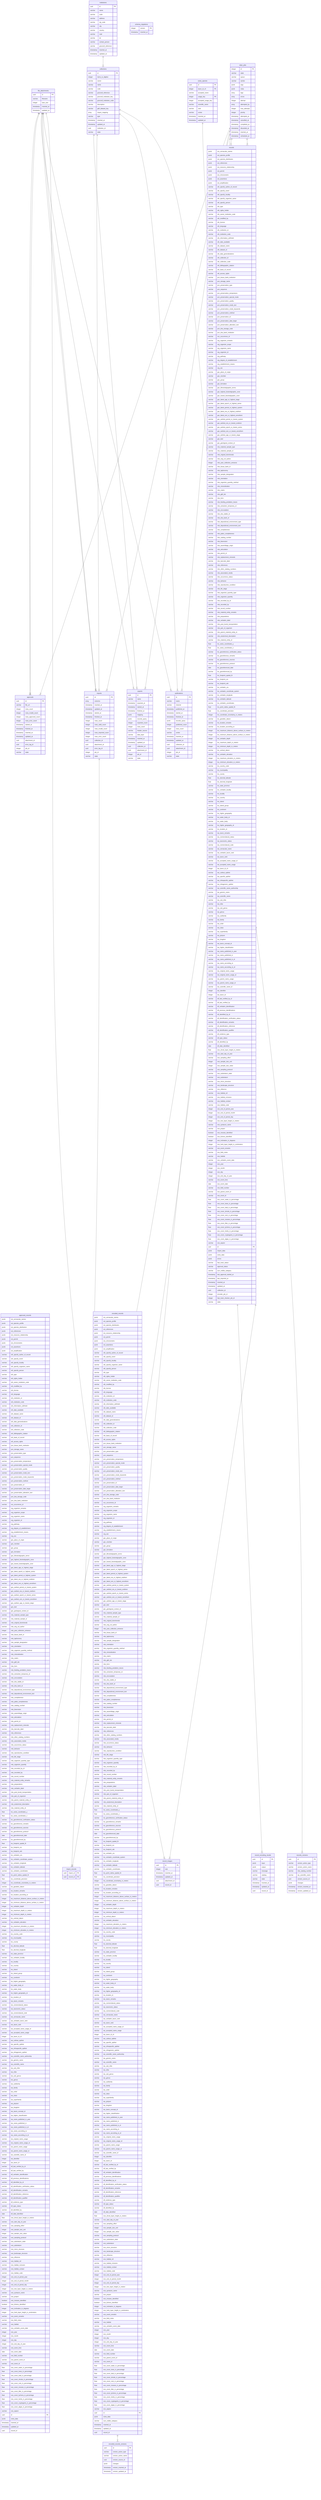
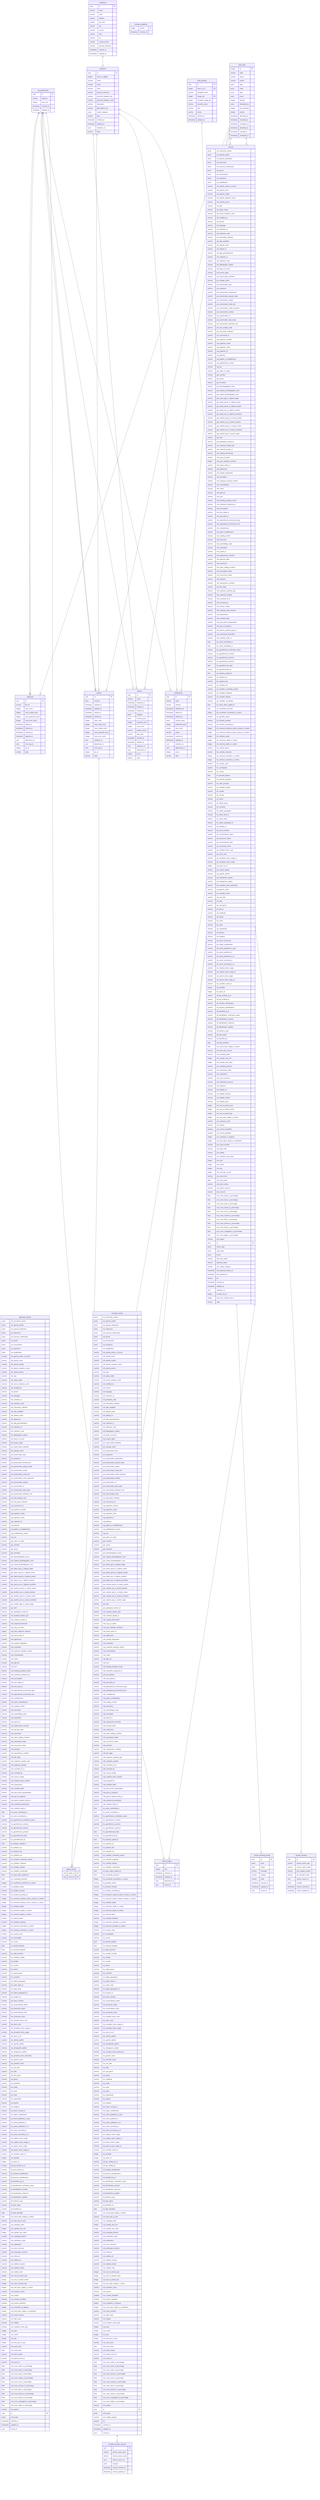
erDiagram
  file_attachments {
    uuid id PK
    varchar filename
    integer byte_size
    timestamp inserted_at
    timestamp updated_at
  }
  institutions {
    uuid id PK
    varchar name
    varchar code
    varchar address
    varchar zip_code
    varchar city
    varchar country
    varchar mail
    varchar tel
    varchar contact_person
    varchar grscicoll_reference
    timestamp inserted_at
    timestamp updated_at
  }
  approvals {
    uuid id PK
    varchar file_url
    integer rows_count
    integer rows_invalid_count
    integer rows_approved_count
    integer rows_error_count
    timestamp started_at
    timestamp finished_at
    timestamp inserted_at
    timestamp updated_at
    uuid attachment_id
    uuid error_log_id
    integer job_id
    varchar state
  }
  approved_records {
    jsonb ext_vernacular_names
    jsonb ext_species_profile
    jsonb ext_species_distribution
    jsonb ext_references
    jsonb ext_resource_relationship
    jsonb ext_permit
    jsonb ext_chronometric
    jsonb ext_assertions
    jsonb ext_amplification
    varchar oth_specify_author_of_record
    varchar oth_specify_event
    varchar oth_specify_locality
    varchar oth_specify_organism_name
    varchar oth_specify_person
    varchar oth_type
    varchar oth_rights_holder
    varchar oth_owner_institution_code
    varchar oth_modified_by
    varchar oth_license
    varchar oth_language
    varchar oth_institution_id
    varchar oth_institution_code
    varchar oth_information_withheld
    varchar oth_date_available
    varchar oth_dataset_name
    varchar oth_dataset_id
    varchar oth_data_generalizations
    varchar oth_collection_id
    varchar oth_collection_code
    varchar oth_bibliographic_citation
    varchar oth_basis_of_record
    varchar oth_access_rights
    varchar pvn_tissue_bank_institution
    varchar pvn_storage_name
    varchar pvn_preservation_type
    varchar pvn_sequence
    varchar pvn_preservation_temperature
    varchar pvn_preservation_special_mode
    varchar pvn_preservation_quality
    varchar pvn_preservation_mode_text
    varchar pvn_preservation_mode_keywords
    varchar pvn_preservation_method
    varchar pvn_preservation_id
    varchar pvn_preservation_date_begin
    varchar pvn_preservation_alteration_text
    varchar pvn_dna_storage_code
    varchar pvn_dna_bank_institution
    varchar occ_occurrence_id
    varchar org_organism_remarks
    varchar org_organism_scope
    varchar org_organism_name
    varchar org_organism_id
    varchar org_pathway
    varchar org_degree_of_establishment
    varchar org_establishment_means
    varchar org_sex
    varchar gec_place_of_origin
    varchar gec_member
    varchar gec_group
    varchar gec_formation
    varchar gec_lithostratigraphic_terms
    varchar gec_highest_biostratigraphic_zone
    varchar gec_lowest_biostratigraphic_zone
    varchar gec_latest_age_or_highest_stage
    varchar gec_latest_epoch_or_highest_series
    varchar gec_latest_period_or_highest_system
    varchar gec_latest_era_or_highest_erathem
    varchar gec_latest_eon_or_highest_eonothem
    varchar gec_earliest_period_or_lowest_system
    varchar gec_earliest_era_or_lowest_erathem
    varchar gec_earliest_epoch_or_lowest_series
    varchar gec_earliest_eon_or_lowest_eonothem
    varchar gec_earliest_age_or_lowest_stage
    varchar gec_bed
    varchar gec_geological_context_id
    varchar mts_material_sample_type
    varchar mts_material_sample_id
    varchar mte_original_biominerals
    varchar mte_orig_col_author
    integer mte_year_collection_entrance
    varchar mte_tissue_bank_id
    varchar mte_taphonomy
    varchar mte_sample_designation
    varchar mte_orientation
    varchar mte_organism_quantity_method
    varchar mte_mineralization
    varchar mte_matrix
    varchar mte_gbif_doi
    varchar mte_form
    varchar mte_feeding_predation_traces
    varchar mte_extraction_temporary_id
    varchar mte_encrustation
    varchar mte_dna_stable_id
    varchar mte_dna_bank_id
    varchar mte_depositional_environment_type
    varchar mte_depositional_environment_text
    varchar mte_completeness
    varchar mte_paleo_completeness
    varchar mte_catalog_number
    varchar mte_bioerosion
    varchar mte_assemblage_origin
    varchar mte_articulation
    varchar mte_permit_id
    varchar mte_replacement_minerals
    varchar mte_barcode_label
    varchar mte_references
    varchar mte_other_catalog_numbers
    varchar mte_associated_media
    varchar mte_occurrence_status
    varchar mte_behavior
    varchar mte_reproductive_condition
    varchar mte_life_stage
    varchar mte_organism_quantity_type
    varchar mte_organism_quantity
    varchar mte_recorded_by_id
    varchar mte_recorded_by
    varchar mte_record_number
    varchar mte_material_entity_remarks
    varchar mte_preparations
    varchar mte_verbatim_label
    varchar mte_post_burial_transportation
    varchar mte_part_of_organism
    varchar mte_parent_material_entity_id
    varchar mte_anatomical_description
    varchar mte_material_entity_id
    float loc_swiss_coordinates_y
    float loc_swiss_coordinates_x
    varchar loc_georeference_verification_status
    varchar loc_georeference_remarks
    varchar loc_georeference_sources
    varchar loc_georeference_protocol
    date loc_georeferenced_date
    varchar loc_georeferenced_by
    float loc_footprint_spatial_fit
    varchar loc_footprint_srs
    varchar loc_footprint_wkt
    varchar loc_verbatim_srs
    varchar loc_verbatim_coordinate_system
    varchar loc_verbatim_longitude
    varchar loc_verbatim_latitude
    varchar loc_verbatim_coordinates
    float loc_point_radius_spatial_fit
    float loc_coordinate_precision
    integer loc_coordinate_uncertainty_in_meters
    varchar loc_geodetic_datum
    varchar loc_location_remarks
    varchar loc_location_according_to
    integer loc_maximum_distance_above_surface_in_meters
    integer loc_minimum_distance_above_surface_in_meters
    integer loc_verbatim_depth
    integer loc_maximum_depth_in_meters
    integer loc_minimum_depth_in_meters
    varchar loc_vertical_datum
    varchar loc_verbatim_elevation
    integer loc_maximum_elevation_in_meters
    integer loc_minimum_elevation_in_meters
    varchar loc_country_code
    varchar loc_municipality
    varchar loc_county
    float loc_decimal_latitude
    float loc_decimal_longitude
    varchar loc_state_province
    varchar loc_verbatim_locality
    varchar loc_locality
    varchar loc_country
    varchar loc_island
    varchar loc_island_group
    varchar loc_continent
    varchar loc_higher_geography
    varchar loc_water_body_id
    varchar loc_water_body
    varchar loc_higher_geography_id
    varchar loc_location_id
    varchar tax_taxon_remarks
    varchar tax_nomenclatural_status
    varchar tax_taxonomic_status
    varchar tax_nomenclatural_code
    varchar tax_vernacular_name
    varchar tax_verbatim_taxon_rank
    varchar tax_taxon_rank
    varchar tax_accepted_name_usage_id
    varchar tax_accepted_name_usage
    integer tax_taxon_id_ch
    varchar tax_cultivar_epithet
    varchar tax_specific_epithet
    varchar tax_infraspecific_epithet
    varchar tax_infrageneric_epithet
    varchar tax_scientific_name_authorship
    varchar tax_generic_name
    varchar tax_scientific_name
    varchar tax_sub_tribe
    varchar tax_tribe
    varchar tax_sub_genus
    varchar tax_genus
    varchar tax_subfamily
    varchar tax_family
    varchar tax_order
    varchar tax_class
    varchar tax_superfamily
    varchar tax_phylum
    varchar tax_kingdom
    varchar tax_taxon_concept_id
    varchar tax_higher_classification
    varchar tax_name_published_in_year
    varchar tax_name_published_in
    varchar tax_name_published_in_id
    varchar tax_name_according_to
    varchar tax_name_according_to_id
    varchar tax_original_name_usage
    varchar tax_original_name_usage_id
    varchar tax_parent_name_usage
    varchar tax_parent_name_usage_id
    varchar tax_scientific_name_id
    integer tax_identifier
    integer tax_taxon_id
    varchar idf_last_verified_by_id
    varchar idf_last_verified_by
    varchar idf_verbatim_identification
    varchar idf_previous_identifications
    varchar idf_identified_by_id
    varchar idf_identification_verification_status
    varchar idf_identification_remarks
    varchar idf_identification_reference
    varchar idf_identification_qualifier
    varchar idf_evidence_type
    varchar idf_type_status
    varchar idf_identified_by
    date idf_date_identified
    float eve_shrub_layer_height_in_meters
    varchar eve_start_day_of_year
    varchar eve_sampling_effort
    integer eve_sample_size_unit
    integer eve_sample_size_value
    varchar eve_sampling_protocol
    varchar eve_substratum_state
    varchar eve_substratum
    varchar eve_micro_structure
    varchar eve_landscape_structure
    varchar eve_influence
    varchar eve_habitat_ref
    varchar eve_habitat_inclusion
    varchar eve_habitat_contact
    varchar eve_habitat_code
    integer eve_end_of_period_year
    integer eve_end_of_period_month
    integer eve_end_of_period_day
    integer eve_tree_layer_height_in_meters
    varchar eve_syntaxon_name
    varchar eve_project
    boolean eve_mosses_identified
    boolean eve_lichens_identified
    integer eve_inclination_in_degrees
    integer eve_herb_layer_height_in_centimeters
    varchar eve_event_remarks
    varchar eve_field_notes
    varchar eve_habitat
    varchar eve_verbatim_event_date
    integer eve_year
    integer eve_month
    integer eve_day
    integer eve_end_day_of_year
    varchar eve_event_time
    date eve_event_date
    varchar eve_field_number
    varchar eve_parent_event_id
    varchar eve_event_id
    float eve_cover_water_in_percentage
    float eve_cover_trees_in_percentage
    float eve_cover_total_in_percentage
    float eve_cover_shrubs_in_percentage
    float eve_cover_rock_in_percentage
    float eve_cover_mosses_in_percentage
    float eve_cover_litter_in_percentage
    float eve_cover_lychens_in_percentage
    float eve_cover_herbs_in_percentage
    float eve_cover_cryptogams_in_percentage
    float eve_cover_algae_in_percentage
    varchar eve_aspect
    uuid id PK
    jsonb extra_data
    timestamp inserted_at
    timestamp updated_at
    uuid record_id
  }
  collections {
    uuid id PK
    integer items_to_digitize
    varchar owner
    varchar name
    varchar code
    varchar grscicoll_reference
    varchar grscicoll_institution_key
    varchar grscicoll_institution_code
    varchar description
    varchar gbif_dataset_key
    array import_mapping
    varchar type
    timestamp inserted_at
    timestamp updated_at
    uuid institution_id
    varchar state
  }
  encoded_records {
    jsonb ext_vernacular_names
    jsonb ext_species_profile
    jsonb ext_species_distribution
    jsonb ext_references
    jsonb ext_resource_relationship
    jsonb ext_permit
    jsonb ext_chronometric
    jsonb ext_assertions
    jsonb ext_amplification
    varchar oth_specify_author_of_record
    varchar oth_specify_event
    varchar oth_specify_locality
    varchar oth_specify_organism_name
    varchar oth_specify_person
    varchar oth_type
    varchar oth_rights_holder
    varchar oth_owner_institution_code
    varchar oth_modified_by
    varchar oth_license
    varchar oth_language
    varchar oth_institution_id
    varchar oth_institution_code
    varchar oth_information_withheld
    varchar oth_date_available
    varchar oth_dataset_name
    varchar oth_dataset_id
    varchar oth_data_generalizations
    varchar oth_collection_id
    varchar oth_collection_code
    varchar oth_bibliographic_citation
    varchar oth_basis_of_record
    varchar oth_access_rights
    varchar pvn_tissue_bank_institution
    varchar pvn_storage_name
    varchar pvn_preservation_type
    varchar pvn_sequence
    varchar pvn_preservation_temperature
    varchar pvn_preservation_special_mode
    varchar pvn_preservation_quality
    varchar pvn_preservation_mode_text
    varchar pvn_preservation_mode_keywords
    varchar pvn_preservation_method
    varchar pvn_preservation_id
    varchar pvn_preservation_date_begin
    varchar pvn_preservation_alteration_text
    varchar pvn_dna_storage_code
    varchar pvn_dna_bank_institution
    varchar occ_occurrence_id
    varchar org_organism_remarks
    varchar org_organism_scope
    varchar org_organism_name
    varchar org_organism_id
    varchar org_pathway
    varchar org_degree_of_establishment
    varchar org_establishment_means
    varchar org_sex
    varchar gec_place_of_origin
    varchar gec_member
    varchar gec_group
    varchar gec_formation
    varchar gec_lithostratigraphic_terms
    varchar gec_highest_biostratigraphic_zone
    varchar gec_lowest_biostratigraphic_zone
    varchar gec_latest_age_or_highest_stage
    varchar gec_latest_epoch_or_highest_series
    varchar gec_latest_period_or_highest_system
    varchar gec_latest_era_or_highest_erathem
    varchar gec_latest_eon_or_highest_eonothem
    varchar gec_earliest_period_or_lowest_system
    varchar gec_earliest_era_or_lowest_erathem
    varchar gec_earliest_epoch_or_lowest_series
    varchar gec_earliest_eon_or_lowest_eonothem
    varchar gec_earliest_age_or_lowest_stage
    varchar gec_bed
    varchar gec_geological_context_id
    varchar mts_material_sample_type
    varchar mts_material_sample_id
    varchar mte_original_biominerals
    varchar mte_orig_col_author
    integer mte_year_collection_entrance
    varchar mte_tissue_bank_id
    varchar mte_taphonomy
    varchar mte_sample_designation
    varchar mte_orientation
    varchar mte_organism_quantity_method
    varchar mte_mineralization
    varchar mte_matrix
    varchar mte_gbif_doi
    varchar mte_form
    varchar mte_feeding_predation_traces
    varchar mte_extraction_temporary_id
    varchar mte_encrustation
    varchar mte_dna_stable_id
    varchar mte_dna_bank_id
    varchar mte_depositional_environment_type
    varchar mte_depositional_environment_text
    varchar mte_completeness
    varchar mte_paleo_completeness
    varchar mte_catalog_number
    varchar mte_bioerosion
    varchar mte_assemblage_origin
    varchar mte_articulation
    varchar mte_permit_id
    varchar mte_replacement_minerals
    varchar mte_barcode_label
    varchar mte_references
    varchar mte_other_catalog_numbers
    varchar mte_associated_media
    varchar mte_occurrence_status
    varchar mte_behavior
    varchar mte_reproductive_condition
    varchar mte_life_stage
    varchar mte_organism_quantity_type
    varchar mte_organism_quantity
    varchar mte_recorded_by_id
    varchar mte_recorded_by
    varchar mte_record_number
    varchar mte_material_entity_remarks
    varchar mte_preparations
    varchar mte_verbatim_label
    varchar mte_post_burial_transportation
    varchar mte_part_of_organism
    varchar mte_parent_material_entity_id
    varchar mte_anatomical_description
    varchar mte_material_entity_id
    float loc_swiss_coordinates_y
    float loc_swiss_coordinates_x
    varchar loc_georeference_verification_status
    varchar loc_georeference_remarks
    varchar loc_georeference_sources
    varchar loc_georeference_protocol
    date loc_georeferenced_date
    varchar loc_georeferenced_by
    float loc_footprint_spatial_fit
    varchar loc_footprint_srs
    varchar loc_footprint_wkt
    varchar loc_verbatim_srs
    varchar loc_verbatim_coordinate_system
    varchar loc_verbatim_longitude
    varchar loc_verbatim_latitude
    varchar loc_verbatim_coordinates
    float loc_point_radius_spatial_fit
    float loc_coordinate_precision
    integer loc_coordinate_uncertainty_in_meters
    varchar loc_geodetic_datum
    varchar loc_location_remarks
    varchar loc_location_according_to
    integer loc_maximum_distance_above_surface_in_meters
    integer loc_minimum_distance_above_surface_in_meters
    integer loc_verbatim_depth
    integer loc_maximum_depth_in_meters
    integer loc_minimum_depth_in_meters
    varchar loc_vertical_datum
    varchar loc_verbatim_elevation
    integer loc_maximum_elevation_in_meters
    integer loc_minimum_elevation_in_meters
    varchar loc_country_code
    varchar loc_municipality
    varchar loc_county
    float loc_decimal_latitude
    float loc_decimal_longitude
    varchar loc_state_province
    varchar loc_verbatim_locality
    varchar loc_locality
    varchar loc_country
    varchar loc_island
    varchar loc_island_group
    varchar loc_continent
    varchar loc_higher_geography
    varchar loc_water_body_id
    varchar loc_water_body
    varchar loc_higher_geography_id
    varchar loc_location_id
    varchar tax_taxon_remarks
    varchar tax_nomenclatural_status
    varchar tax_taxonomic_status
    varchar tax_nomenclatural_code
    varchar tax_vernacular_name
    varchar tax_verbatim_taxon_rank
    varchar tax_taxon_rank
    varchar tax_accepted_name_usage_id
    varchar tax_accepted_name_usage
    integer tax_taxon_id_ch
    varchar tax_cultivar_epithet
    varchar tax_specific_epithet
    varchar tax_infraspecific_epithet
    varchar tax_infrageneric_epithet
    varchar tax_scientific_name_authorship
    varchar tax_generic_name
    varchar tax_scientific_name
    varchar tax_sub_tribe
    varchar tax_tribe
    varchar tax_sub_genus
    varchar tax_genus
    varchar tax_subfamily
    varchar tax_family
    varchar tax_order
    varchar tax_class
    varchar tax_superfamily
    varchar tax_phylum
    varchar tax_kingdom
    varchar tax_taxon_concept_id
    varchar tax_higher_classification
    varchar tax_name_published_in_year
    varchar tax_name_published_in
    varchar tax_name_published_in_id
    varchar tax_name_according_to
    varchar tax_name_according_to_id
    varchar tax_original_name_usage
    varchar tax_original_name_usage_id
    varchar tax_parent_name_usage
    varchar tax_parent_name_usage_id
    varchar tax_scientific_name_id
    integer tax_identifier
    integer tax_taxon_id
    varchar idf_last_verified_by_id
    varchar idf_last_verified_by
    varchar idf_verbatim_identification
    varchar idf_previous_identifications
    varchar idf_identified_by_id
    varchar idf_identification_verification_status
    varchar idf_identification_remarks
    varchar idf_identification_reference
    varchar idf_identification_qualifier
    varchar idf_evidence_type
    varchar idf_type_status
    varchar idf_identified_by
    date idf_date_identified
    float eve_shrub_layer_height_in_meters
    varchar eve_start_day_of_year
    varchar eve_sampling_effort
    integer eve_sample_size_unit
    integer eve_sample_size_value
    varchar eve_sampling_protocol
    varchar eve_substratum_state
    varchar eve_substratum
    varchar eve_micro_structure
    varchar eve_landscape_structure
    varchar eve_influence
    varchar eve_habitat_ref
    varchar eve_habitat_inclusion
    varchar eve_habitat_contact
    varchar eve_habitat_code
    integer eve_end_of_period_year
    integer eve_end_of_period_month
    integer eve_end_of_period_day
    integer eve_tree_layer_height_in_meters
    varchar eve_syntaxon_name
    varchar eve_project
    boolean eve_mosses_identified
    boolean eve_lichens_identified
    integer eve_inclination_in_degrees
    integer eve_herb_layer_height_in_centimeters
    varchar eve_event_remarks
    varchar eve_field_notes
    varchar eve_habitat
    varchar eve_verbatim_event_date
    integer eve_year
    integer eve_month
    integer eve_day
    integer eve_end_day_of_year
    varchar eve_event_time
    date eve_event_date
    varchar eve_field_number
    varchar eve_parent_event_id
    varchar eve_event_id
    float eve_cover_water_in_percentage
    float eve_cover_trees_in_percentage
    float eve_cover_total_in_percentage
    float eve_cover_shrubs_in_percentage
    float eve_cover_rock_in_percentage
    float eve_cover_mosses_in_percentage
    float eve_cover_litter_in_percentage
    float eve_cover_lychens_in_percentage
    float eve_cover_herbs_in_percentage
    float eve_cover_cryptogams_in_percentage
    float eve_cover_algae_in_percentage
    varchar eve_aspect
    uuid id PK
    jsonb extra_data
    varchar iucn_redlist_category
+     varchar tsv
    timestamp inserted_at
    timestamp updated_at
    uuid record_id
  }
  encoded_records_versions {
    uuid id PK
    varchar version_action_type
    varchar version_action_name
    uuid version_source_id
    jsonb changes
    timestamp version_inserted_at
    timestamp version_updated_at
  }
  record_encoding_results {
    uuid id PK
    jsonb input
    jsonb output
    varchar message
    varchar catalog
    varchar state
    timestamp inserted_at
    timestamp updated_at
    uuid record_id
  }
  exports {
    uuid id PK
    varchar name
    timestamp exported_at
    timestamp started_at
    timestamp finished_at
    jsonb mapping
    jsonb records_query
    integer exported_count
    integer rows_count
    varchar header_source
    varchar data_layer
    timestamp inserted_at
    timestamp updated_at
    uuid collection_id
    uuid attachment_id
    integer job_id
    varchar state
  }
  imports {
    uuid id PK
    array columns
    timestamp inserted_at
    timestamp updated_at
    timestamp started_at
    timestamp finished_at
    integer rows_count
    integer rows_valid_count
    integer rows_invalid_count
    integer rows_imported_count
    integer rows_error_count
    uuid collection_id
    uuid attachment_id
    uuid error_log_id
    integer job_id
    varchar state
  }
  import_records {
    uuid import_id PK
    uuid record_id PK
  }
  publications {
    uuid id PK
    varchar name
    varchar channel
    timestamp published_at
    timestamp started_at
    timestamp finished_at
    jsonb records_query
    integer published_count
    integer rows_count
    varchar center
    timestamp inserted_at
    timestamp updated_at
    uuid collection_id
    uuid attachment_id
    integer job_id
    varchar state
  }
  records {
    jsonb ext_vernacular_names
    jsonb ext_species_profile
    jsonb ext_species_distribution
    jsonb ext_references
    jsonb ext_resource_relationship
    jsonb ext_permit
    jsonb ext_chronometric
    jsonb ext_assertions
    jsonb ext_amplification
    varchar oth_specify_author_of_record
    varchar oth_specify_event
    varchar oth_specify_locality
    varchar oth_specify_organism_name
    varchar oth_specify_person
    varchar oth_type
    varchar oth_rights_holder
    varchar oth_owner_institution_code
    varchar oth_modified_by
    varchar oth_license
    varchar oth_language
    varchar oth_institution_id
    varchar oth_institution_code
    varchar oth_information_withheld
    varchar oth_date_available
    varchar oth_dataset_name
    varchar oth_dataset_id
    varchar oth_data_generalizations
    varchar oth_collection_id
    varchar oth_collection_code
    varchar oth_bibliographic_citation
    varchar oth_basis_of_record
    varchar oth_access_rights
    varchar pvn_tissue_bank_institution
    varchar pvn_storage_name
    varchar pvn_preservation_type
    varchar pvn_sequence
    varchar pvn_preservation_temperature
    varchar pvn_preservation_special_mode
    varchar pvn_preservation_quality
    varchar pvn_preservation_mode_text
    varchar pvn_preservation_mode_keywords
    varchar pvn_preservation_method
    varchar pvn_preservation_id
    varchar pvn_preservation_date_begin
    varchar pvn_preservation_alteration_text
    varchar pvn_dna_storage_code
    varchar pvn_dna_bank_institution
    varchar occ_occurrence_id
    varchar org_organism_remarks
    varchar org_organism_scope
    varchar org_organism_name
    varchar org_organism_id
    varchar org_pathway
    varchar org_degree_of_establishment
    varchar org_establishment_means
    varchar org_sex
    varchar gec_place_of_origin
    varchar gec_member
    varchar gec_group
    varchar gec_formation
    varchar gec_lithostratigraphic_terms
    varchar gec_highest_biostratigraphic_zone
    varchar gec_lowest_biostratigraphic_zone
    varchar gec_latest_age_or_highest_stage
    varchar gec_latest_epoch_or_highest_series
    varchar gec_latest_period_or_highest_system
    varchar gec_latest_era_or_highest_erathem
    varchar gec_latest_eon_or_highest_eonothem
    varchar gec_earliest_period_or_lowest_system
    varchar gec_earliest_era_or_lowest_erathem
    varchar gec_earliest_epoch_or_lowest_series
    varchar gec_earliest_eon_or_lowest_eonothem
    varchar gec_earliest_age_or_lowest_stage
    varchar gec_bed
    varchar gec_geological_context_id
    varchar mts_material_sample_type
    varchar mts_material_sample_id
    varchar mte_original_biominerals
    varchar mte_orig_col_author
    integer mte_year_collection_entrance
    varchar mte_tissue_bank_id
    varchar mte_taphonomy
    varchar mte_sample_designation
    varchar mte_orientation
    varchar mte_organism_quantity_method
    varchar mte_mineralization
    varchar mte_matrix
    varchar mte_gbif_doi
    varchar mte_form
    varchar mte_feeding_predation_traces
    varchar mte_extraction_temporary_id
    varchar mte_encrustation
    varchar mte_dna_stable_id
    varchar mte_dna_bank_id
    varchar mte_depositional_environment_type
    varchar mte_depositional_environment_text
    varchar mte_completeness
    varchar mte_paleo_completeness
    varchar mte_catalog_number
    varchar mte_bioerosion
    varchar mte_assemblage_origin
    varchar mte_articulation
    varchar mte_permit_id
    varchar mte_replacement_minerals
    varchar mte_barcode_label
    varchar mte_references
    varchar mte_other_catalog_numbers
    varchar mte_associated_media
    varchar mte_occurrence_status
    varchar mte_behavior
    varchar mte_reproductive_condition
    varchar mte_life_stage
    varchar mte_organism_quantity_type
    varchar mte_organism_quantity
    varchar mte_recorded_by_id
    varchar mte_recorded_by
    varchar mte_record_number
    varchar mte_material_entity_remarks
    varchar mte_preparations
    varchar mte_verbatim_label
    varchar mte_post_burial_transportation
    varchar mte_part_of_organism
    varchar mte_parent_material_entity_id
    varchar mte_anatomical_description
    varchar mte_material_entity_id
    float loc_swiss_coordinates_y
    float loc_swiss_coordinates_x
    varchar loc_georeference_verification_status
    varchar loc_georeference_remarks
    varchar loc_georeference_sources
    varchar loc_georeference_protocol
    date loc_georeferenced_date
    varchar loc_georeferenced_by
    float loc_footprint_spatial_fit
    varchar loc_footprint_srs
    varchar loc_footprint_wkt
    varchar loc_verbatim_srs
    varchar loc_verbatim_coordinate_system
    varchar loc_verbatim_longitude
    varchar loc_verbatim_latitude
    varchar loc_verbatim_coordinates
    float loc_point_radius_spatial_fit
    float loc_coordinate_precision
    integer loc_coordinate_uncertainty_in_meters
    varchar loc_geodetic_datum
    varchar loc_location_remarks
    varchar loc_location_according_to
    integer loc_maximum_distance_above_surface_in_meters
    integer loc_minimum_distance_above_surface_in_meters
    integer loc_verbatim_depth
    integer loc_maximum_depth_in_meters
    integer loc_minimum_depth_in_meters
    varchar loc_vertical_datum
    varchar loc_verbatim_elevation
    integer loc_maximum_elevation_in_meters
    integer loc_minimum_elevation_in_meters
    varchar loc_country_code
    varchar loc_municipality
    varchar loc_county
    float loc_decimal_latitude
    float loc_decimal_longitude
    varchar loc_state_province
    varchar loc_verbatim_locality
    varchar loc_locality
    varchar loc_country
    varchar loc_island
    varchar loc_island_group
    varchar loc_continent
    varchar loc_higher_geography
    varchar loc_water_body_id
    varchar loc_water_body
    varchar loc_higher_geography_id
    varchar loc_location_id
    varchar tax_taxon_remarks
    varchar tax_nomenclatural_status
    varchar tax_taxonomic_status
    varchar tax_nomenclatural_code
    varchar tax_vernacular_name
    varchar tax_verbatim_taxon_rank
    varchar tax_taxon_rank
    varchar tax_accepted_name_usage_id
    varchar tax_accepted_name_usage
    integer tax_taxon_id_ch
    varchar tax_cultivar_epithet
    varchar tax_specific_epithet
    varchar tax_infraspecific_epithet
    varchar tax_infrageneric_epithet
    varchar tax_scientific_name_authorship
    varchar tax_generic_name
    varchar tax_scientific_name
    varchar tax_sub_tribe
    varchar tax_tribe
    varchar tax_sub_genus
    varchar tax_genus
    varchar tax_subfamily
    varchar tax_family
    varchar tax_order
    varchar tax_class
    varchar tax_superfamily
    varchar tax_phylum
    varchar tax_kingdom
    varchar tax_taxon_concept_id
    varchar tax_higher_classification
    varchar tax_name_published_in_year
    varchar tax_name_published_in
    varchar tax_name_published_in_id
    varchar tax_name_according_to
    varchar tax_name_according_to_id
    varchar tax_original_name_usage
    varchar tax_original_name_usage_id
    varchar tax_parent_name_usage
    varchar tax_parent_name_usage_id
    varchar tax_scientific_name_id
    integer tax_identifier
    integer tax_taxon_id
    varchar idf_last_verified_by_id
    varchar idf_last_verified_by
    varchar idf_verbatim_identification
    varchar idf_previous_identifications
    varchar idf_identified_by_id
    varchar idf_identification_verification_status
    varchar idf_identification_remarks
    varchar idf_identification_reference
    varchar idf_identification_qualifier
    varchar idf_evidence_type
    varchar idf_type_status
    varchar idf_identified_by
    date idf_date_identified
    float eve_shrub_layer_height_in_meters
    varchar eve_start_day_of_year
    varchar eve_sampling_effort
    integer eve_sample_size_unit
    integer eve_sample_size_value
    varchar eve_sampling_protocol
    varchar eve_substratum_state
    varchar eve_substratum
    varchar eve_micro_structure
    varchar eve_landscape_structure
    varchar eve_influence
    varchar eve_habitat_ref
    varchar eve_habitat_inclusion
    varchar eve_habitat_contact
    varchar eve_habitat_code
    integer eve_end_of_period_year
    integer eve_end_of_period_month
    integer eve_end_of_period_day
    integer eve_tree_layer_height_in_meters
    varchar eve_syntaxon_name
    varchar eve_project
    boolean eve_mosses_identified
    boolean eve_lichens_identified
    integer eve_inclination_in_degrees
    integer eve_herb_layer_height_in_centimeters
    varchar eve_event_remarks
    varchar eve_field_notes
    varchar eve_habitat
    varchar eve_verbatim_event_date
    integer eve_year
    integer eve_month
    integer eve_day
    integer eve_end_day_of_year
    varchar eve_event_time
    date eve_event_date
    varchar eve_field_number
    varchar eve_parent_event_id
    varchar eve_event_id
    float eve_cover_water_in_percentage
    float eve_cover_trees_in_percentage
    float eve_cover_total_in_percentage
    float eve_cover_shrubs_in_percentage
    float eve_cover_rock_in_percentage
    float eve_cover_mosses_in_percentage
    float eve_cover_litter_in_percentage
    float eve_cover_lychens_in_percentage
    float eve_cover_herbs_in_percentage
    float eve_cover_cryptogams_in_percentage
    float eve_cover_algae_in_percentage
    varchar eve_aspect
    uuid id PK
    jsonb import_data
    jsonb extra_data
    jsonb errors
    varchar fast_track_status
    varchar approval_status
    varchar iucn_redlist_category
    timestamp last_approval_started_at
    timestamp last_imported_at
+     varchar tsv
    timestamp inserted_at
    timestamp updated_at
    uuid collection_id
    integer encoder_job_id
    integer fast_track_checker_job_id
    varchar state
  }
  record_images {
    uuid id PK
    integer size
    timestamp inserted_at
    timestamp updated_at
    uuid attachment_id
    uuid record_id
  }
  records_versions {
    uuid id PK
    varchar version_action_type
    varchar version_action_name
    varchar mte_catalog_number
    varchar tax_scientific_name
    uuid version_source_id
    jsonb changes
    timestamp version_inserted_at
    timestamp version_updated_at
  }
  swiss_species {
    uuid id PK
    integer taxon_id_ch PK
    varchar accepted_name
    integer usage_key PK
    integer accepted_usage_key
    varchar scientific_name
    varchar rank
    varchar center
    timestamp inserted_at
    timestamp updated_at
  }
  schema_migrations {
    integer version PK
    timestamp inserted_at
  }
  oban_jobs {
    integer id PK
    varchar state
    varchar queue
    varchar worker
    jsonb args
    jsonb meta
    array tags
    array errors
    integer attempt
    array attempted_by
    integer max_attempts
    integer priority
    timestamp attempted_at
    timestamp cancelled_at
    timestamp completed_at
    timestamp discarded_at
    timestamp inserted_at
    timestamp scheduled_at
  }
  collections ||--|{ exports : ""
  collections ||--|{ imports : ""
  collections ||--|{ publications : ""
  collections ||--|{ records : ""
  encoded_records ||--|{ encoded_records_versions : ""
  file_attachments ||--|{ approvals : ""
  file_attachments ||--|{ approvals : ""
  file_attachments ||--|{ exports : ""
  file_attachments ||--|{ imports : ""
  file_attachments ||--|{ imports : ""
  file_attachments ||--|{ publications : ""
  file_attachments ||--|{ record_images : ""
  imports ||--|{ import_records : ""
  institutions ||--|{ collections : ""
  oban_jobs ||--|{ approvals : ""
  oban_jobs ||--|{ exports : ""
  oban_jobs ||--|{ imports : ""
  oban_jobs ||--|{ publications : ""
  oban_jobs ||--|{ records : ""
  oban_jobs ||--|{ records : ""
  records ||--|{ approved_records : ""
  records ||--o| encoded_records : ""
  records ||--|{ import_records : ""
  records ||--|{ record_encoding_results : ""
  records ||--|{ record_images : ""
  records ||--|{ records_versions : ""
  swiss_species ||--|{ records : ""
